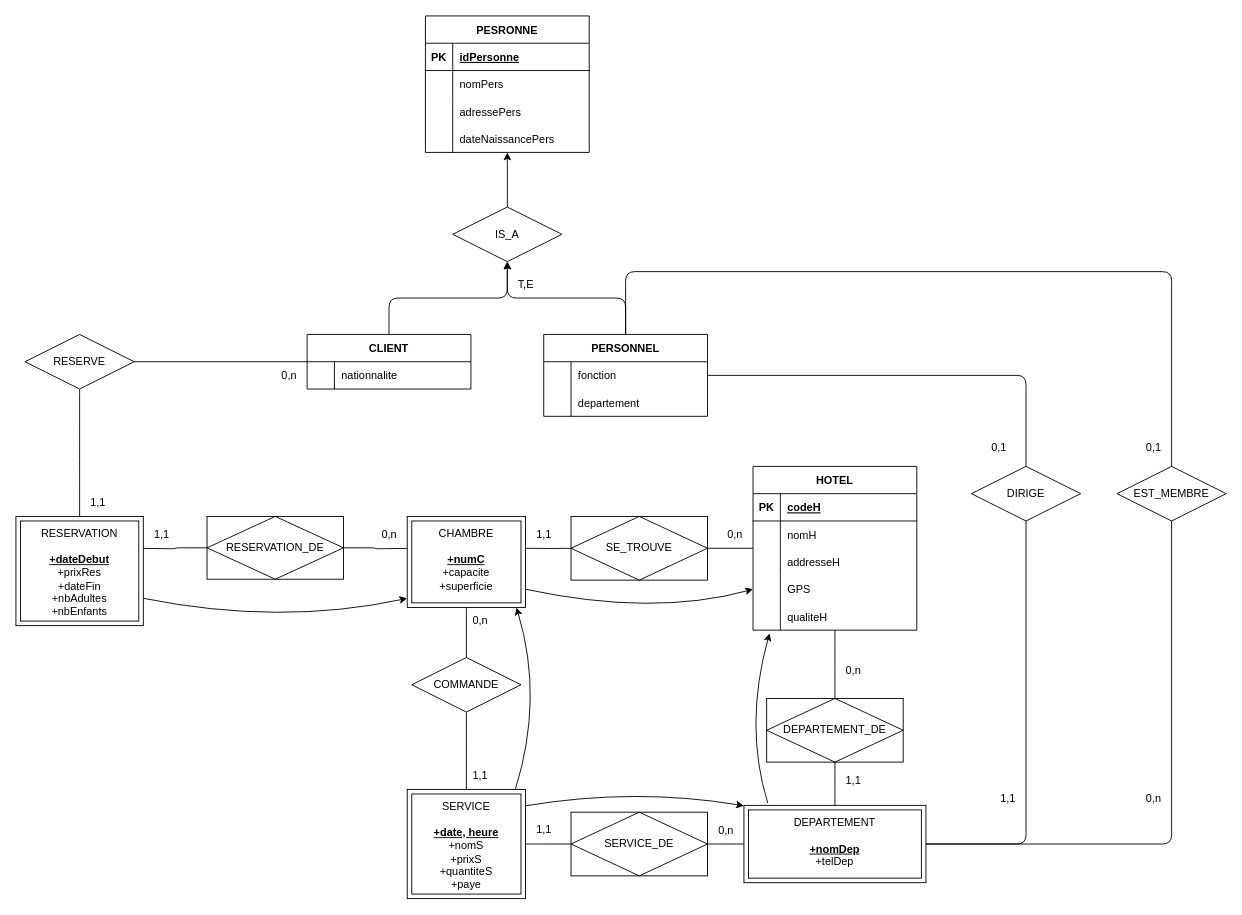
Above: Schema E-A.drawio in LucasTHOMAS18/SAE-BD-1 (draw.io), before the change. Source tidied: cells renumbered, new cells numbered last; positions are measured from the earlier drawing's top-left corner, leaving out a move shared by most shapes. Both pictures are drawn from the tidied source at 91%, with x=0, y=0 at pixel (15, 15).
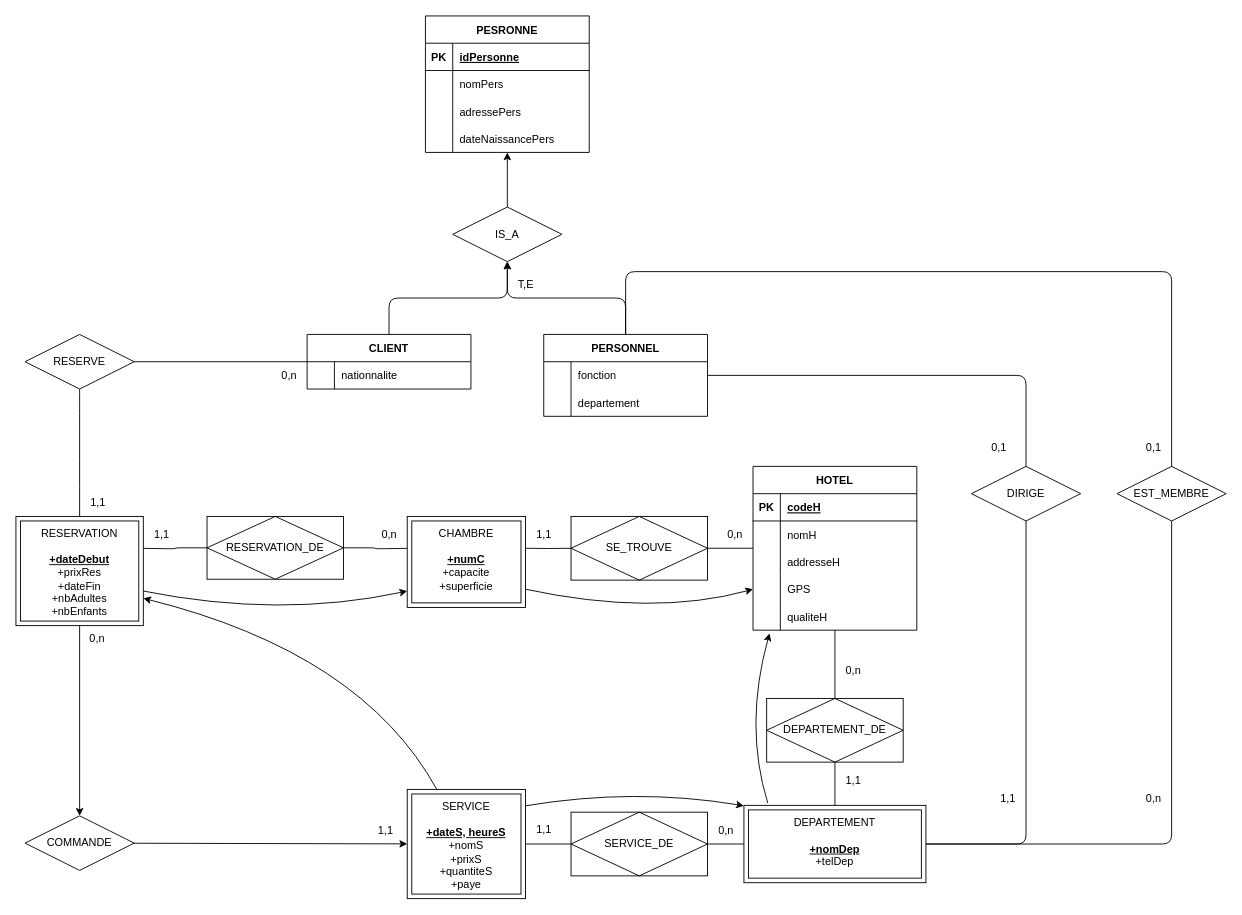
Above is the later version.

The change refers to these unchanged cells:
```xml
<mxCell id="38" value="CHAMBRE&lt;br style=&quot;font-size: 12px;&quot;&gt;&lt;br style=&quot;font-size: 12px;&quot;&gt;&lt;u&gt;&lt;b style=&quot;font-size: 12px;&quot;&gt;+numC&lt;/b&gt;&lt;br style=&quot;font-size: 12px;&quot;&gt;&lt;/u&gt;+capacite&lt;br style=&quot;font-size: 12px;&quot;&gt;+superficie" style="shape=ext;margin=3;double=1;whiteSpace=wrap;html=1;align=center;fillColor=none;verticalAlign=top;fontSize=12;" parent="1" vertex="1">
  <mxGeometry x="430" y="550" width="130" height="100" as="geometry" />
</mxCell>
<mxCell id="40" value="RESERVATION&lt;br style=&quot;font-size: 12px;&quot;&gt;&lt;br style=&quot;font-size: 12px;&quot;&gt;&lt;b style=&quot;font-size: 12px;&quot;&gt;&lt;u&gt;+dateDebut&lt;/u&gt;&lt;/b&gt;&lt;br style=&quot;font-size: 12px;&quot;&gt;+prixRes&lt;br style=&quot;font-size: 12px;&quot;&gt;+dateFin&lt;br&gt;+nbAdultes&lt;br&gt;+nbEnfants" style="shape=ext;margin=3;double=1;whiteSpace=wrap;html=1;align=center;fillColor=none;verticalAlign=top;fontSize=12;" parent="1" vertex="1">
  <mxGeometry y="550" width="140" height="120" as="geometry" />
</mxCell>
```

Diff of the diagram source:
```diff
@@
-    <mxCell id="37" style="edgeStyle=orthogonalEdgeStyle;curved=1;html=1;fontSize=12;endArrow=none;endFill=0;" parent="1" edge="1" source="38" target="64">
-      <mxGeometry relative="1" as="geometry" />
-    </mxCell>
@@
+    <mxCell id="96" style="edgeStyle=none;html=1;" parent="1" edge="1" source="40" target="64">
+      <mxGeometry relative="1" as="geometry" />
+    </mxCell>
@@
     <mxCell id="61" style="endArrow=classic;html=1;fontSize=12;curved=1;" parent="1" edge="1">
       <mxGeometry relative="1" as="geometry">
-        <mxPoint x="140" y="640" as="sourcePoint" />
-        <mxPoint x="430" y="640" as="targetPoint" />
+        <mxPoint x="140" y="632" as="sourcePoint" />
+        <mxPoint x="430" y="632" as="targetPoint" />
         <Array as="points">
-          <mxPoint x="290" y="670" />
+          <mxPoint x="290" y="662" />
         </Array>
       </mxGeometry>
     </mxCell>
@@
-    <mxCell id="63" style="edgeStyle=orthogonalEdgeStyle;curved=1;html=1;fontSize=12;endArrow=none;endFill=0;" parent="1" edge="1" source="64" target="66">
+    <mxCell id="63" style="edgeStyle=none;html=1;" parent="1" edge="1" source="64" target="66">
       <mxGeometry relative="1" as="geometry" />
     </mxCell>
     <mxCell id="64" value="COMMANDE" style="shape=rhombus;perimeter=rhombusPerimeter;whiteSpace=wrap;html=1;align=center;" parent="1" vertex="1">
-      <mxGeometry x="435" y="705" width="120" height="60" as="geometry" />
+      <mxGeometry x="10" y="879" width="120" height="60" as="geometry" />
     </mxCell>
@@
-    <mxCell id="66" value="SERVICE&lt;br&gt;&lt;br style=&quot;font-size: 12px;&quot;&gt;&lt;u&gt;&lt;b style=&quot;font-size: 12px;&quot;&gt;+date, heure&lt;/b&gt;&lt;br style=&quot;font-size: 12px;&quot;&gt;&lt;/u&gt;+nomS&lt;br&gt;+prixS&lt;br style=&quot;font-size: 12px;&quot;&gt;+quantiteS&lt;br&gt;+paye" style="shape=ext;margin=3;double=1;whiteSpace=wrap;html=1;align=center;fillColor=none;verticalAlign=top;fontSize=12;" parent="1" vertex="1">
+    <mxCell id="66" value="SERVICE&lt;br&gt;&lt;br style=&quot;font-size: 12px;&quot;&gt;&lt;u&gt;&lt;b style=&quot;font-size: 12px;&quot;&gt;+dateS, heureS&lt;/b&gt;&lt;br style=&quot;font-size: 12px;&quot;&gt;&lt;/u&gt;+nomS&lt;br&gt;+prixS&lt;br style=&quot;font-size: 12px;&quot;&gt;+quantiteS&lt;br&gt;+paye" style="shape=ext;margin=3;double=1;whiteSpace=wrap;html=1;align=center;fillColor=none;verticalAlign=top;fontSize=12;" parent="1" vertex="1">
       <mxGeometry x="430" y="850" width="130" height="120" as="geometry" />
     </mxCell>
@@
-    <mxCell id="79" style="endArrow=classic;html=1;fontSize=12;curved=1;entryX=1;entryY=1;entryDx=0;entryDy=0;" parent="1" edge="1">
+    <mxCell id="79" style="endArrow=classic;html=1;fontSize=12;curved=1;entryX=1;entryY=0.75;entryDx=0;entryDy=0;exitX=0.25;exitY=0;exitDx=0;exitDy=0;" parent="1" edge="1" source="66" target="40">
       <mxGeometry relative="1" as="geometry">
-        <mxPoint x="548.8" y="850" as="sourcePoint" />
-        <mxPoint x="550" y="650" as="targetPoint" />
         <Array as="points">
-          <mxPoint x="580" y="750" />
+          <mxPoint x="380" y="700" />
         </Array>
       </mxGeometry>
     </mxCell>
@@
     <mxCell id="86" value="0,n" style="text;html=1;align=center;verticalAlign=middle;strokeColor=none;fillColor=none;" parent="1" vertex="1">
-      <mxGeometry x="490" y="650" width="40" height="30" as="geometry" />
+      <mxGeometry x="69" y="670" width="40" height="30" as="geometry" />
     </mxCell>
     <mxCell id="87" value="1,1" style="text;html=1;align=center;verticalAlign=middle;strokeColor=none;fillColor=none;" parent="1" vertex="1">
-      <mxGeometry x="490" y="820" width="40" height="30" as="geometry" />
+      <mxGeometry x="386" y="880.5" width="40" height="30" as="geometry" />
     </mxCell>
```
